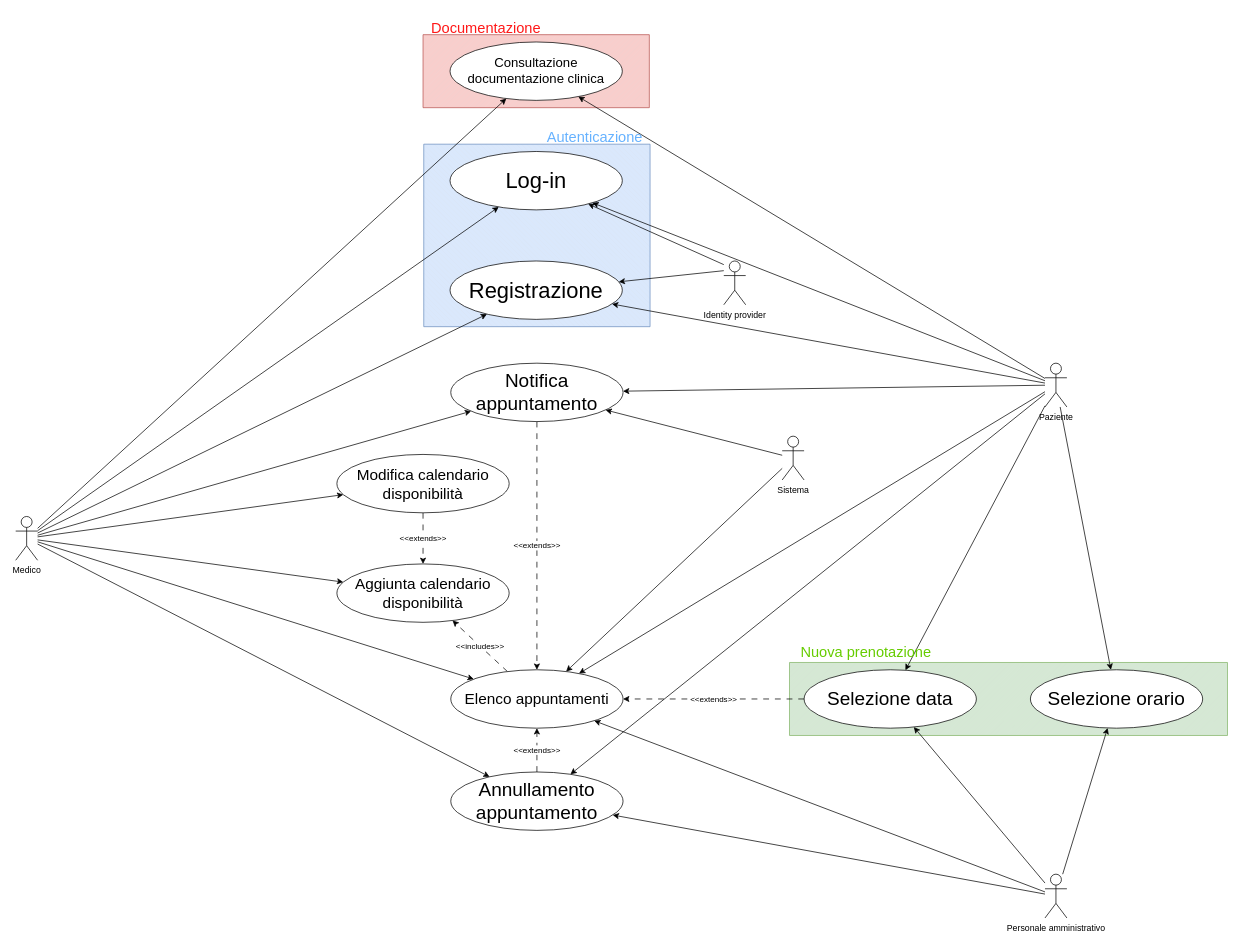
Before: page "caseUse" (1 of 5) of DiagrammiMedSync.drawio in frncscrlnd/MedSync-Sistema-di-Gestione-Appuntamenti-e-Documentazione-Medica, a draw.io diagram. Source tidied: cells renumbered, new cells numbered last; positions are measured from the earlier drawing's top-left corner, leaving out a move shared by most shapes. Both pictures are drawn from the tidied source at 73%, with x=0, y=0 at pixel (15, 12).
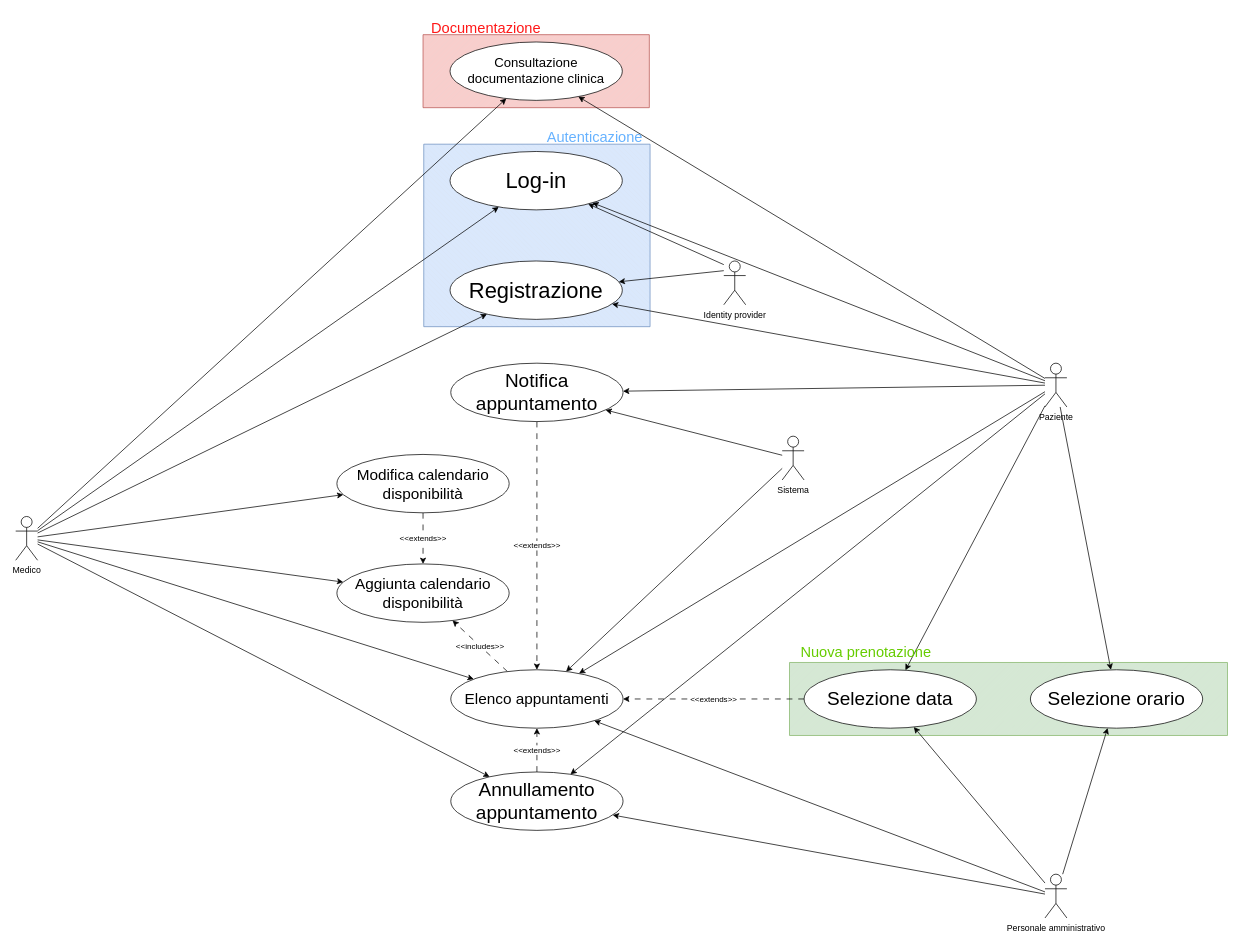
The same diagram, later.

The change refers to these unchanged cells:
```xml
<mxCell id="16" value="&lt;font style=&quot;font-size: 26px;&quot;&gt;Notifica appuntamento&lt;/font&gt;" style="ellipse;whiteSpace=wrap;html=1;" parent="1" vertex="1">
  <mxGeometry x="596" y="480" width="236" height="80" as="geometry" />
</mxCell>
<mxCell id="37" value="Medico" style="shape=umlActor;verticalLabelPosition=bottom;verticalAlign=top;html=1;outlineConnect=0;" parent="1" vertex="1">
  <mxGeometry y="690" width="30" height="60" as="geometry" />
</mxCell>
```

Change to the diagram source:
```diff
@@
-    <mxCell id="36" style="rounded=0;jettySize=auto;html=1;" parent="1" edge="1" source="37" target="16">
-      <mxGeometry relative="1" as="geometry" />
-    </mxCell>
```
